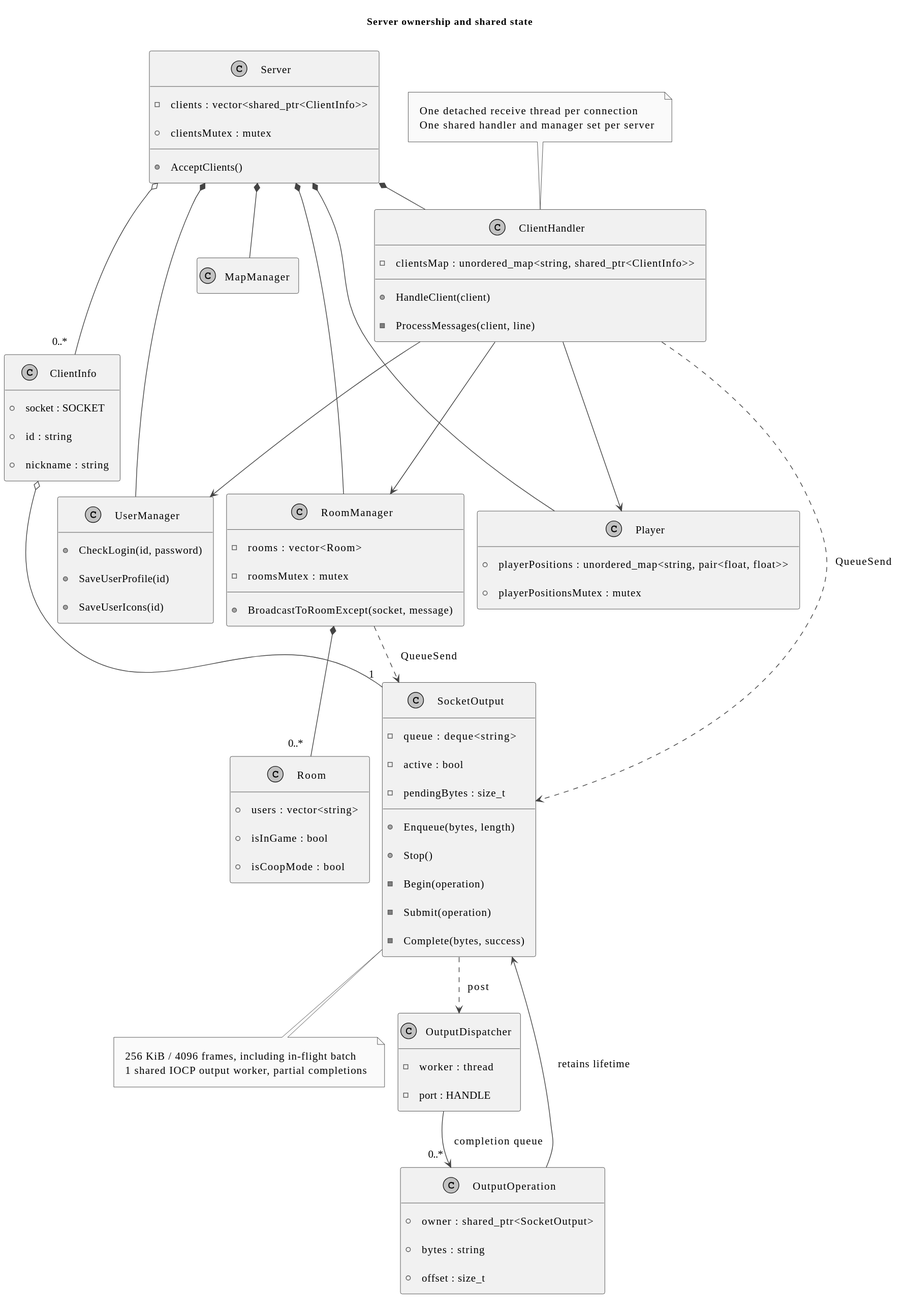
YSL-RyuDo/BnBServer keeps this PlantUML diagram as docs/engineering/diagrams/server-classes-en.svg. Above is the earlier version.
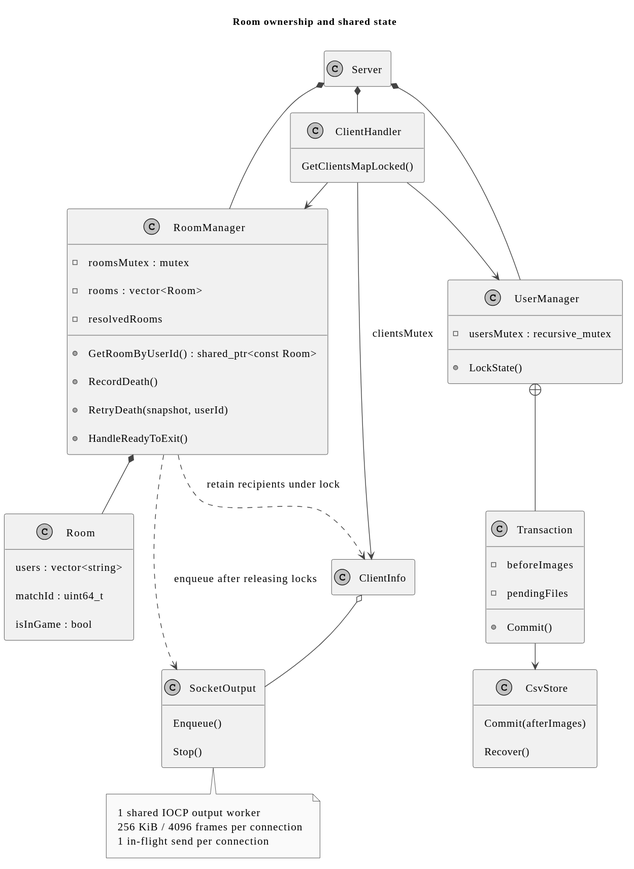
Above is the later version.

Change to the diagram source:
```diff
@@ -9,83 +9,59 @@
 skinparam Padding 10
 skinparam sequenceMessageAlign center
 hide footbox
-title Server ownership and shared state
+title Room ownership and shared state
 hide empty members
-class Server {
-  - clients : vector<shared_ptr<ClientInfo>>
-  + clientsMutex : mutex
-  + AcceptClients()
-}
+class Server
 class ClientHandler {
-  - clientsMap : unordered_map<string, shared_ptr<ClientInfo>>
-  + HandleClient(client)
-  - ProcessMessages(client, line)
-}
-class ClientInfo {
-  + socket : SOCKET
-  + id : string
-  + nickname : string
+  GetClientsMapLocked()
 }
 class RoomManager {
+  - roomsMutex : mutex
   - rooms : vector<Room>
-  - roomsMutex : mutex
-  + BroadcastToRoomExcept(socket, message)
+  - resolvedRooms
+  + GetRoomByUserId() : shared_ptr<const Room>
+  + RecordDeath()
+  + RetryDeath(snapshot, userId)
+  + HandleReadyToExit()
 }
 class Room {
-  + users : vector<string>
-  + isInGame : bool
-  + isCoopMode : bool
+  users : vector<string>
+  matchId : uint64_t
+  isInGame : bool
 }
 class UserManager {
-  + CheckLogin(id, password)
-  + SaveUserProfile(id)
-  + SaveUserIcons(id)
+  - usersMutex : recursive_mutex
+  + LockState()
 }
-class Player {
-  + playerPositions : unordered_map<string, pair<float, float>>
-  + playerPositionsMutex : mutex
+class Transaction {
+  - beforeImages
+  - pendingFiles
+  + Commit()
+}
+class CsvStore {
+  Commit(afterImages)
+  Recover()
+}
+class ClientInfo
+class SocketOutput {
+  Enqueue()
+  Stop()
 }
 Server *-- ClientHandler
 Server *-- RoomManager
 Server *-- UserManager
-Server *-- Player
-Server *-- MapManager
-Server o-- "0..*" ClientInfo
+RoomManager *-- Room
 ClientHandler --> RoomManager
 ClientHandler --> UserManager
-ClientHandler --> Player
-RoomManager *-- "0..*" Room
-note top of ClientHandler
-One detached receive thread per connection
-One shared handler and manager set per server
+UserManager +-- Transaction
+Transaction --> CsvStore
+ClientInfo o-- SocketOutput
+RoomManager ..> ClientInfo : retain recipients under lock
+RoomManager ..> SocketOutput : enqueue after releasing locks
+ClientHandler --> ClientInfo : clientsMutex
+note bottom of SocketOutput
+1 shared IOCP output worker
+256 KiB / 4096 frames per connection
+1 in-flight send per connection
 end note
-class SocketOutput {
-  - queue : deque<string>
-  - active : bool
-  - pendingBytes : size_t
-  + Enqueue(bytes, length)
-  + Stop()
-  - Begin(operation)
-  - Submit(operation)
-  - Complete(bytes, success)
-}
-ClientInfo o-- "1" SocketOutput
-ClientHandler ..> SocketOutput : QueueSend
-RoomManager ..> SocketOutput : QueueSend
-note bottom of SocketOutput
-256 KiB / 4096 frames, including in-flight batch
-1 shared IOCP output worker, partial completions
-end note
-class OutputDispatcher {
-  - worker : thread
-  - port : HANDLE
-}
-class OutputOperation {
-  + owner : shared_ptr<SocketOutput>
-  + bytes : string
-  + offset : size_t
-}
-OutputDispatcher --> "0..*" OutputOperation : completion queue
-OutputOperation --> SocketOutput : retains lifetime
-SocketOutput ..> OutputDispatcher : post
 @enduml
```
